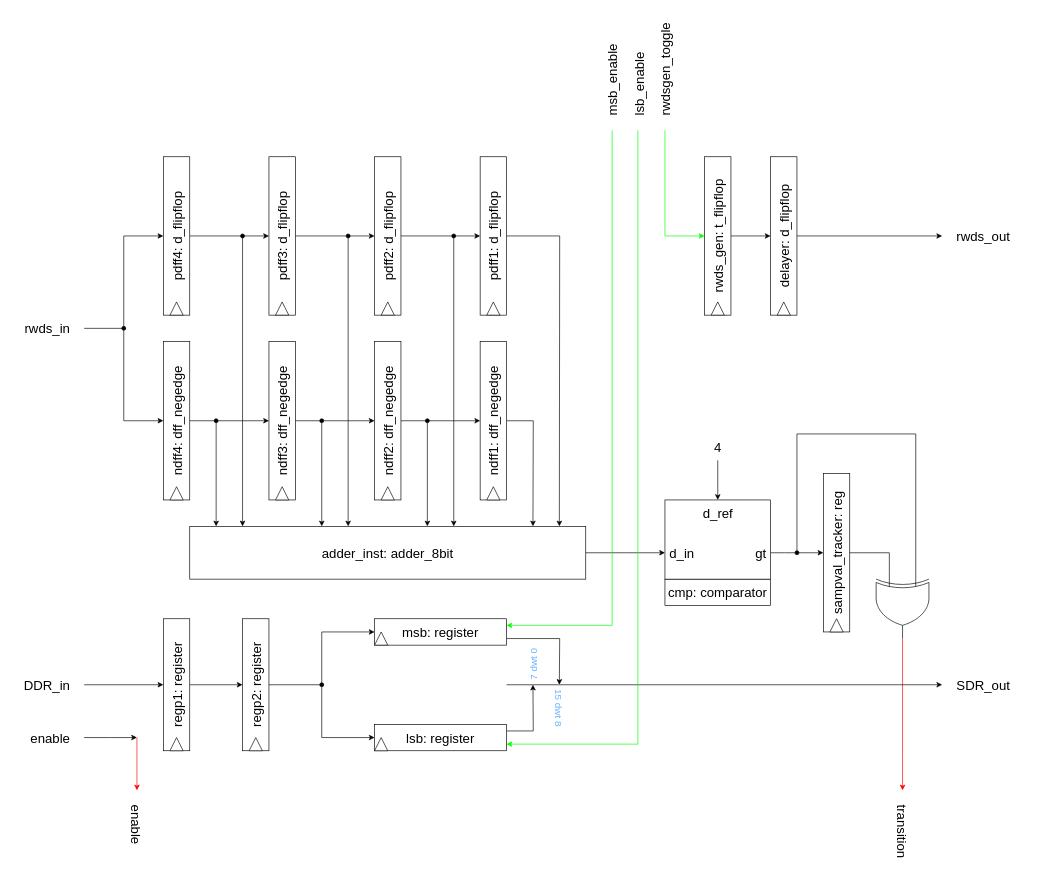
Above: page "DDR_to_SDR_converter_EU" (7 of 13) of hyperram_system/ip/avs_hram_converter/schematics/avs_hram_converter.drawio in AndreaBononi/Intel_Cyclone10LP_systems (draw.io), before the change. Source tidied: cells renumbered, new cells numbered last; positions are measured from the earlier drawing's top-left corner, leaving out a move shared by most shapes. Both pictures are drawn from the tidied source at 66%, with x=0, y=0 at pixel (11, 51).
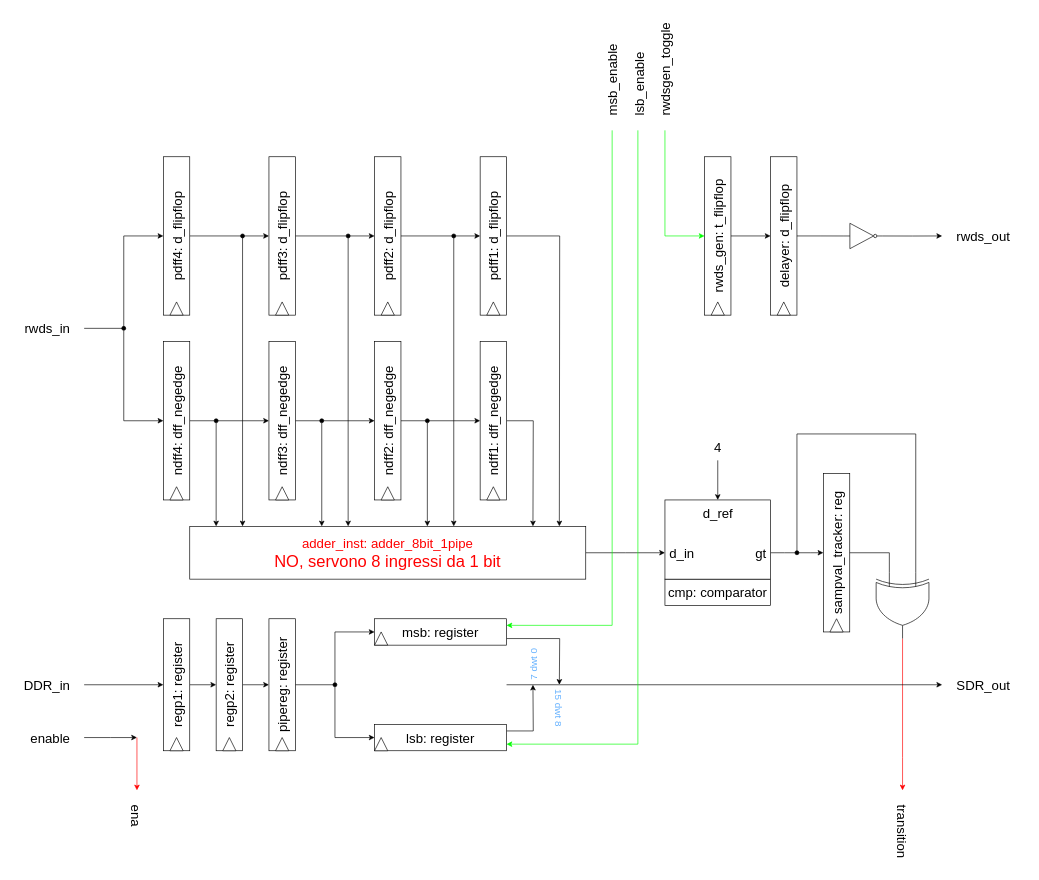
After the change.

Unchanged cells that the change refers to:
```xml
<mxCell id="60" value="&lt;font style=&quot;font-size: 20px;&quot;&gt;msb: register&lt;/font&gt;" style="rounded=0;whiteSpace=wrap;html=1;horizontal=0;rotation=90;" parent="1" vertex="1">
  <mxGeometry x="630" y="780" width="40" height="200" as="geometry" />
</mxCell>
<mxCell id="72" value="&lt;font style=&quot;font-size: 20px;&quot;&gt;delayer: d_flipflop&lt;/font&gt;" style="rounded=0;whiteSpace=wrap;html=1;horizontal=0;" parent="1" vertex="1">
  <mxGeometry x="1150" y="160" width="40" height="240" as="geometry" />
</mxCell>
<mxCell id="78" value="&lt;font style=&quot;font-size: 20px;&quot;&gt;lsb: register&lt;/font&gt;" style="rounded=0;whiteSpace=wrap;html=1;horizontal=0;rotation=90;" parent="1" vertex="1">
  <mxGeometry x="630" y="940" width="40" height="200" as="geometry" />
</mxCell>
```

Change to the diagram source:
```diff
@@
-    <mxCell id="36" value="&lt;font style=&quot;font-size: 20px;&quot;&gt;adder_inst: adder_8bit&lt;/font&gt;" style="rounded=0;whiteSpace=wrap;html=1;horizontal=1;direction=south;" parent="1" vertex="1">
+    <mxCell id="36" value="&lt;div&gt;&lt;font color=&quot;#ff0000&quot; style=&quot;font-size: 20px;&quot;&gt;adder_inst: adder_8bit_1pipe&lt;/font&gt;&lt;/div&gt;&lt;font style=&quot;font-size: 25px;&quot; color=&quot;#ff0000&quot;&gt;NO, servono 8 ingressi da 1 bit&lt;/font&gt;" style="rounded=0;whiteSpace=wrap;html=1;horizontal=1;direction=south;" parent="1" vertex="1">
       <mxGeometry x="270" y="720" width="600" height="80" as="geometry" />
     </mxCell>
@@
-    <mxCell id="62" style="edgeStyle=orthogonalEdgeStyle;rounded=0;jettySize=auto;html=1;exitX=1;exitY=0.5;exitDx=0;exitDy=0;entryX=0.5;entryY=1;entryDx=0;entryDy=0;" parent="1" edge="1" source="63" target="60">
-      <mxGeometry relative="1" as="geometry" />
+    <mxCell id="62" style="edgeStyle=orthogonalEdgeStyle;rounded=0;jettySize=auto;html=1;exitX=1;exitY=0.5;exitDx=0;exitDy=0;entryX=0.5;entryY=1;entryDx=0;entryDy=0;" parent="1" edge="1" source="92" target="60">
+      <mxGeometry relative="1" as="geometry">
+        <Array as="points">
+          <mxPoint x="490" y="960" />
+          <mxPoint x="490" y="880" />
+        </Array>
+      </mxGeometry>
     </mxCell>
+    <mxCell id="89" style="edgeStyle=orthogonalEdgeStyle;rounded=0;jettySize=auto;html=1;exitX=1;exitY=0.5;exitDx=0;exitDy=0;entryX=0;entryY=0.5;entryDx=0;entryDy=0;" parent="1" edge="1" source="63" target="92">
+      <mxGeometry relative="1" as="geometry" />
+    </mxCell>
     <mxCell id="63" value="&lt;font style=&quot;font-size: 20px;&quot;&gt;regp2: register&lt;/font&gt;" style="rounded=0;whiteSpace=wrap;html=1;horizontal=0;" parent="1" vertex="1">
-      <mxGeometry x="350" y="860" width="40" height="200" as="geometry" />
+      <mxGeometry x="310" y="860" width="40" height="200" as="geometry" />
     </mxCell>
     <mxCell id="64" style="triangle;whiteSpace=wrap;html=1;direction=north;" parent="1" vertex="1">
-      <mxGeometry x="360" y="1040" width="20" height="20" as="geometry" />
+      <mxGeometry x="320" y="1040" width="20" height="20" as="geometry" />
     </mxCell>
@@
-    <mxCell id="71" style="edgeStyle=orthogonalEdgeStyle;rounded=0;jettySize=auto;html=1;exitX=1;exitY=0.5;exitDx=0;exitDy=0;" parent="1" edge="1" source="72">
+    <mxCell id="71" style="edgeStyle=orthogonalEdgeStyle;rounded=0;jettySize=auto;html=1;exitX=1;exitY=0.5;exitDx=0;exitDy=0;exitPerimeter=0;" parent="1" edge="1" source="90">
       <mxGeometry relative="1" as="geometry">
         <mxPoint x="1410" y="280" as="targetPoint" />
       </mxGeometry>
     </mxCell>
@@
-    <mxCell id="76" style="edgeStyle=orthogonalEdgeStyle;rounded=0;jettySize=auto;html=1;exitX=0.5;exitY=1;exitDx=0;exitDy=0;entryX=0.5;entryY=1;entryDx=0;entryDy=0;startArrow=oval;startFill=1;" parent="1" edge="1" target="78">
+    <mxCell id="76" style="edgeStyle=orthogonalEdgeStyle;rounded=0;jettySize=auto;html=1;entryX=0.5;entryY=1;entryDx=0;entryDy=0;startArrow=oval;startFill=1;" parent="1" edge="1" target="78">
       <mxGeometry relative="1" as="geometry">
-        <mxPoint x="470" y="960" as="sourcePoint" />
+        <mxPoint x="490" y="960" as="sourcePoint" />
         <Array as="points">
-          <mxPoint x="470" y="1040" />
+          <mxPoint x="490" y="1040" />
         </Array>
       </mxGeometry>
     </mxCell>
@@
-    <mxCell id="88" value="&lt;font style=&quot;font-size: 20px;&quot;&gt;enable&lt;/font&gt;" style="text;html=1;align=left;verticalAlign=middle;strokeColor=none;fillColor=none;rotation=90;fontSize=20;" parent="1" vertex="1">
-      <mxGeometry x="150" y="1160" width="80" height="40" as="geometry" />
+    <mxCell id="88" value="&lt;font style=&quot;font-size: 20px;&quot;&gt;ena&lt;/font&gt;" style="text;html=1;align=left;verticalAlign=middle;strokeColor=none;fillColor=none;rotation=90;fontSize=20;" parent="1" vertex="1">
+      <mxGeometry x="160" y="1150" width="60" height="40" as="geometry" />
     </mxCell>
+    <mxCell id="90" style="verticalLabelPosition=bottom;shadow=0;dashed=0;align=center;html=1;verticalAlign=top;shape=mxgraph.electrical.logic_gates.inverter_2;" parent="1" vertex="1">
+      <mxGeometry x="1260" y="260.8" width="60" height="38.5" as="geometry" />
+    </mxCell>
+    <mxCell id="91" style="edgeStyle=orthogonalEdgeStyle;rounded=0;jettySize=auto;html=1;exitX=1;exitY=0.5;exitDx=0;exitDy=0;entryX=0;entryY=0.5;entryDx=0;entryDy=0;entryPerimeter=0;endArrow=none;endFill=0;" parent="1" edge="1" source="72" target="90">
+      <mxGeometry relative="1" as="geometry" />
+    </mxCell>
+    <mxCell id="92" value="&lt;font style=&quot;font-size: 20px;&quot;&gt;pipereg: register&lt;/font&gt;" style="rounded=0;whiteSpace=wrap;html=1;horizontal=0;" parent="1" vertex="1">
+      <mxGeometry x="390" y="860" width="40" height="200" as="geometry" />
+    </mxCell>
+    <mxCell id="93" style="triangle;whiteSpace=wrap;html=1;direction=north;" parent="1" vertex="1">
+      <mxGeometry x="400" y="1040" width="20" height="20" as="geometry" />
+    </mxCell>
```
